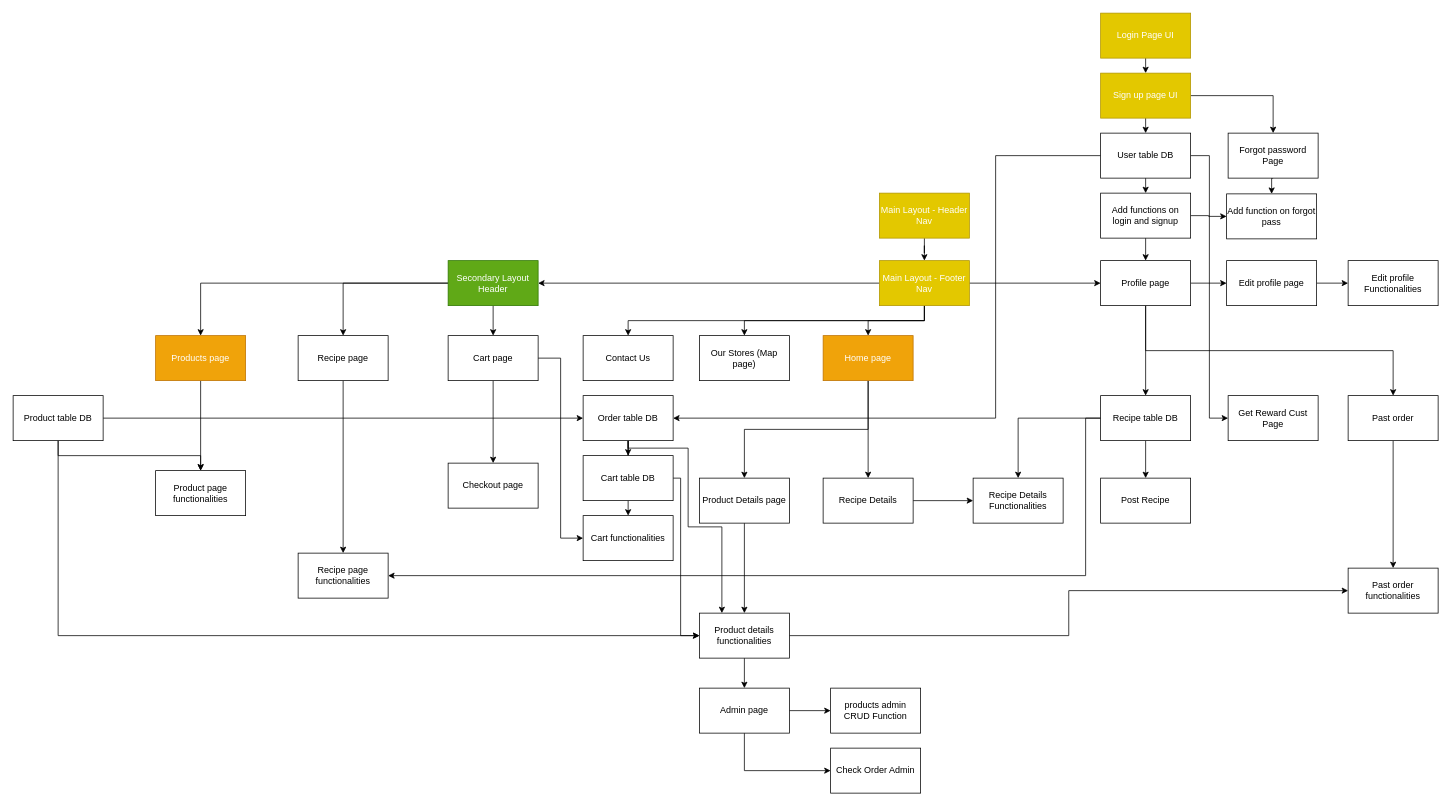
Earlier version of the draw.io diagram Untitled Diagram.drawio (Wavergg/721SoftwareEngineering). Source tidied: cells renumbered, new cells numbered last; positions are measured from the earlier drawing's top-left corner, leaving out a move shared by most shapes. Both pictures are drawn from the tidied source at 75%, with x=0, y=0 at pixel (13, 13).
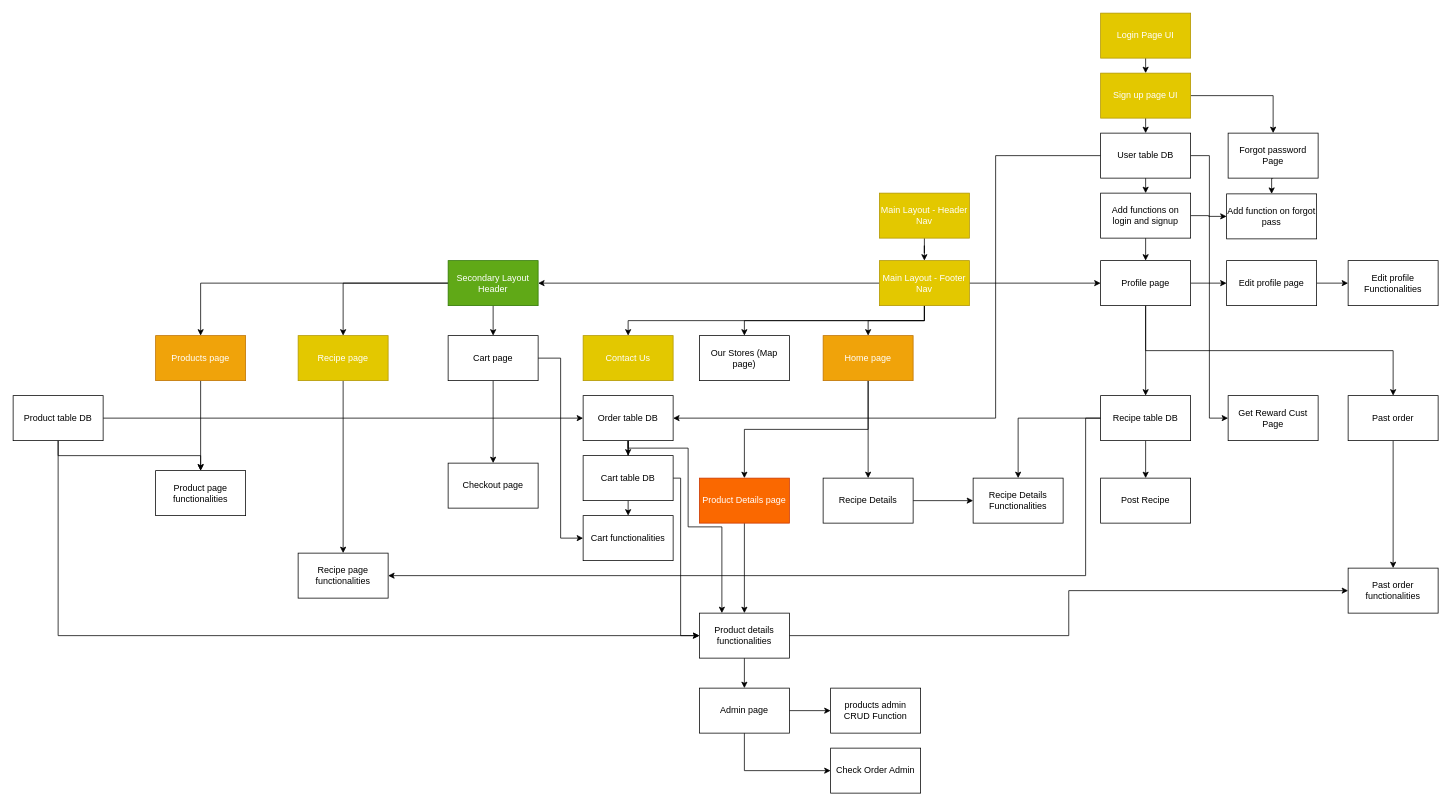
The same diagram, later.

Change to the diagram source:
```diff
@@
-    <mxCell id="16" value="Contact Us" style="rounded=0;whiteSpace=wrap;html=1;" parent="1" vertex="1">
+    <mxCell id="16" value="Contact Us" style="rounded=0;whiteSpace=wrap;html=1;fillColor=#e3c800;strokeColor=#B09500;fontColor=#ffffff;" parent="1" vertex="1">
       <mxGeometry x="760" y="430" width="120" height="60" as="geometry" />
     </mxCell>
@@
-    <mxCell id="39" value="Recipe page" style="rounded=0;whiteSpace=wrap;html=1;" parent="1" vertex="1">
+    <mxCell id="39" value="Recipe page" style="rounded=0;whiteSpace=wrap;html=1;fillColor=#e3c800;strokeColor=#B09500;fontColor=#ffffff;" parent="1" vertex="1">
       <mxGeometry x="380" y="430" width="120" height="60" as="geometry" />
     </mxCell>
@@
-    <mxCell id="59" value="Product Details page" style="rounded=0;whiteSpace=wrap;html=1;" parent="1" vertex="1">
+    <mxCell id="59" value="Product Details page" style="rounded=0;whiteSpace=wrap;html=1;fillColor=#fa6800;strokeColor=#C73500;fontColor=#ffffff;" parent="1" vertex="1">
       <mxGeometry x="915" y="620" width="120" height="60" as="geometry" />
     </mxCell>
```
